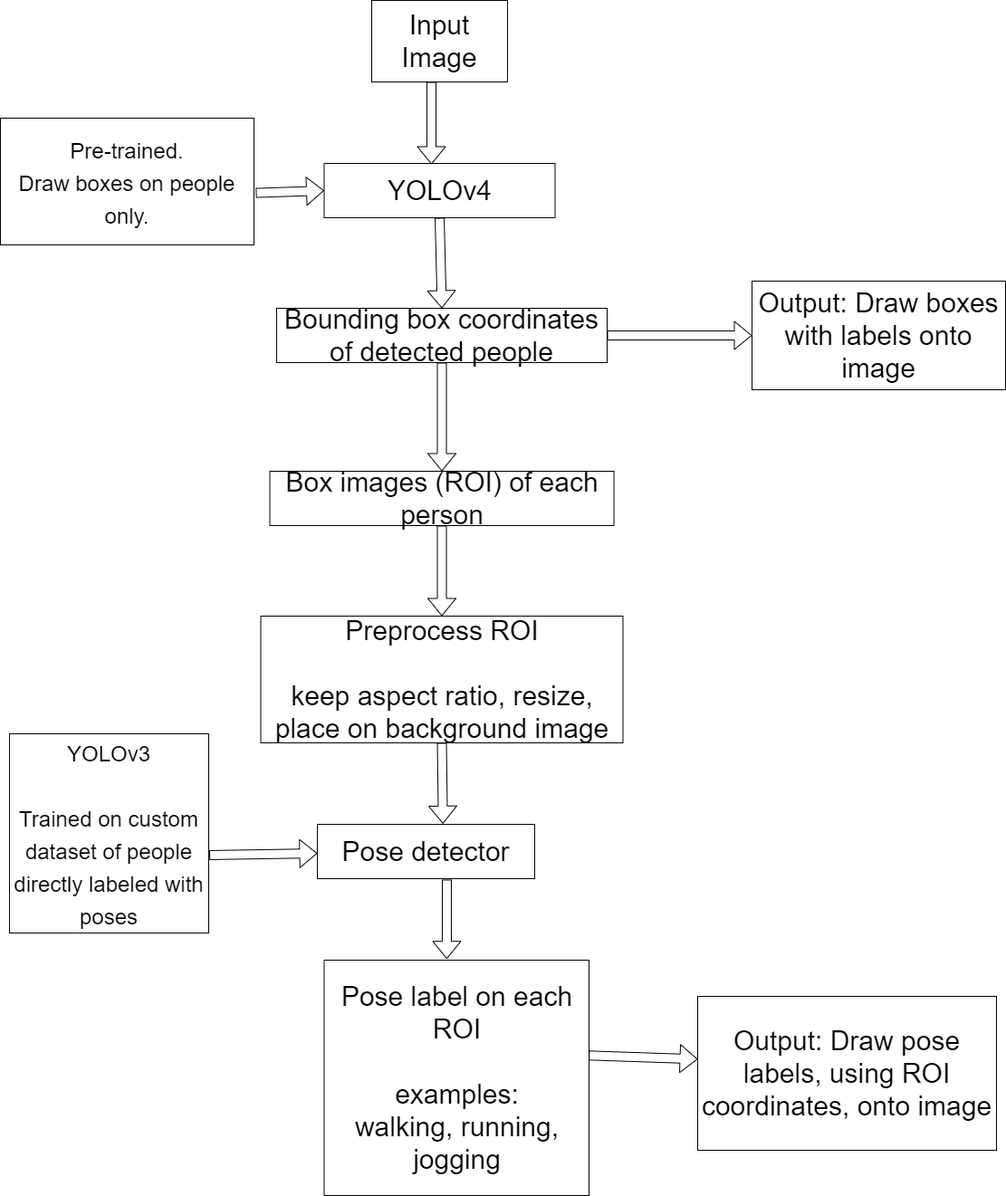
Before: architecture-pedestrian-behavior-analysis.png, a diagram exported from draw.io (tajsandhu/CMPE_258_Group_Project). Source tidied: cells renumbered, new cells last; positions are measured from the earlier drawing's top-left corner, leaving out a move shared by most shapes.
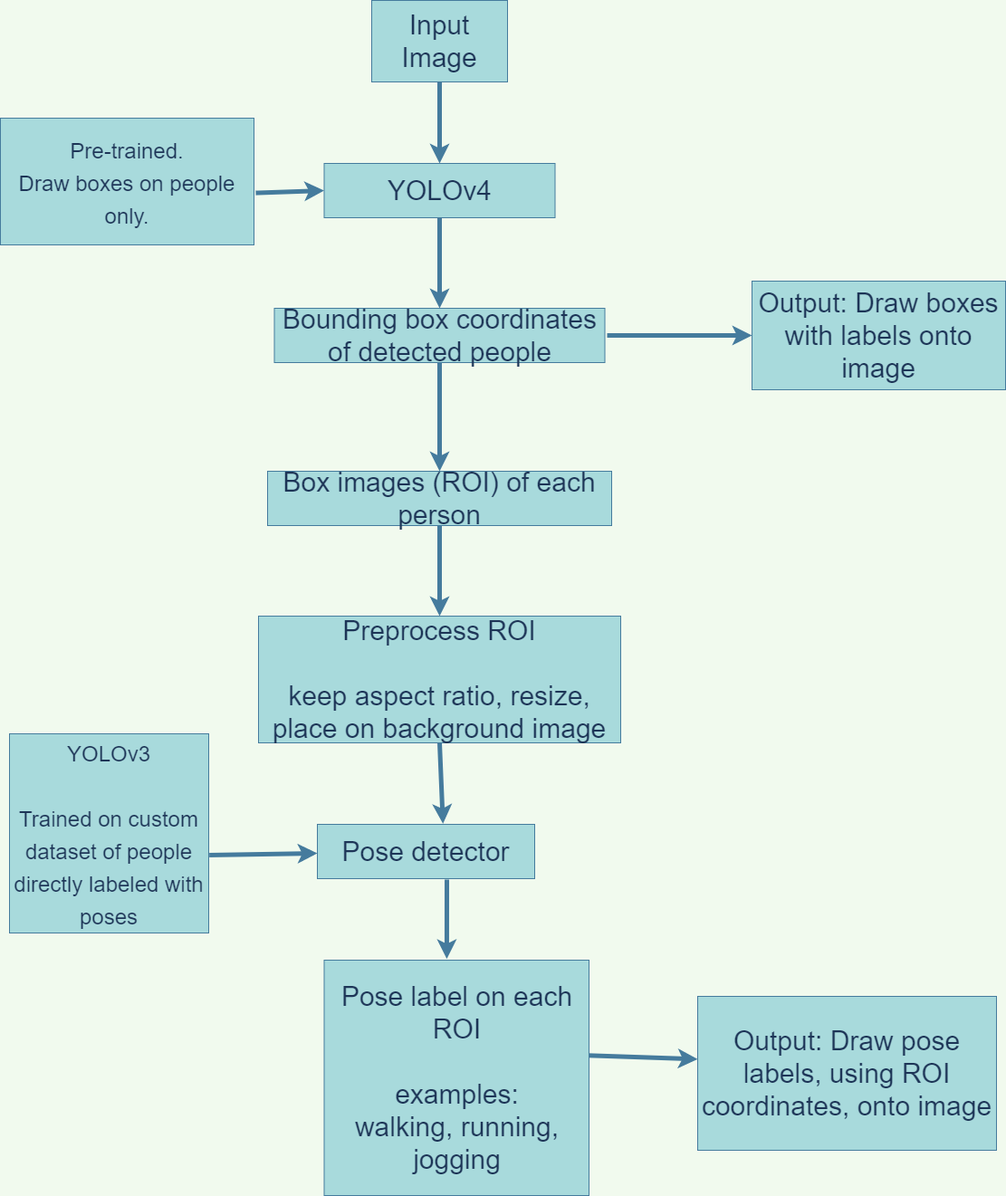
Later version of the same file.

Commit message:
docs: Update diagram to look nicer.

What changed in the source:
```diff
@@ -1,75 +1,72 @@
-<mxGraphModel>
+<mxGraphModel background="#F1FAEE">
   <root>
     <mxCell id="0" />
     <mxCell id="1" parent="0" />
+    <mxCell id="23" style="edgeStyle=orthogonalEdgeStyle;curved=0;rounded=1;sketch=0;jettySize=auto;html=1;fontSize=11;fontColor=#1D3557;strokeColor=#457B9D;strokeWidth=5;" parent="1" edge="1" source="2" target="3">
+      <mxGeometry relative="1" as="geometry" />
+    </mxCell>
-    <mxCell id="2" value="Input Image" style="rounded=0;whiteSpace=wrap;html=1;fontSize=30;" parent="1" vertex="1">
+    <mxCell id="2" value="Input Image" style="rounded=0;whiteSpace=wrap;html=1;fontSize=30;fillColor=#A8DADC;strokeColor=#457B9D;fontColor=#1D3557;" parent="1" vertex="1">
       <mxGeometry x="410" width="150" height="90" as="geometry" />
     </mxCell>
-    <mxCell id="3" value="&lt;span style=&quot;font-size: 30px&quot;&gt;YOLOv4&lt;br&gt;&lt;/span&gt;" style="rounded=0;whiteSpace=wrap;html=1;" parent="1" vertex="1">
+    <mxCell id="3" value="&lt;span style=&quot;font-size: 30px&quot;&gt;YOLOv4&lt;br&gt;&lt;/span&gt;" style="rounded=0;whiteSpace=wrap;html=1;fillColor=#A8DADC;strokeColor=#457B9D;fontColor=#1D3557;" parent="1" vertex="1">
       <mxGeometry x="357.5" y="180" width="255" height="60" as="geometry" />
     </mxCell>
-    <mxCell id="4" value="&lt;font style=&quot;font-size: 24px&quot;&gt;Pre-trained.&lt;br&gt;Draw boxes on people only.&lt;br&gt;&lt;/font&gt;" style="rounded=0;whiteSpace=wrap;html=1;fontSize=30;" parent="1" vertex="1">
+    <mxCell id="4" value="&lt;font style=&quot;font-size: 24px&quot;&gt;Pre-trained.&lt;br&gt;Draw boxes on people only.&lt;br&gt;&lt;/font&gt;" style="rounded=0;whiteSpace=wrap;html=1;fontSize=30;fillColor=#A8DADC;strokeColor=#457B9D;fontColor=#1D3557;" parent="1" vertex="1">
       <mxGeometry y="130" width="280" height="140" as="geometry" />
     </mxCell>
-    <mxCell id="5" value="Bounding box coordinates of detected people" style="rounded=0;whiteSpace=wrap;html=1;fontSize=30;" parent="1" vertex="1">
-      <mxGeometry x="305" y="340" width="365" height="60" as="geometry" />
+    <mxCell id="5" value="Bounding box coordinates of detected people" style="rounded=0;whiteSpace=wrap;html=1;fontSize=30;fillColor=#A8DADC;strokeColor=#457B9D;fontColor=#1D3557;" parent="1" vertex="1">
+      <mxGeometry x="302.5" y="340" width="365" height="60" as="geometry" />
     </mxCell>
-    <mxCell id="6" value="Box images (ROI) of each person" style="rounded=0;whiteSpace=wrap;html=1;fontSize=30;" parent="1" vertex="1">
-      <mxGeometry x="297.5" y="520" width="380" height="60" as="geometry" />
+    <mxCell id="6" value="Box images (ROI) of each person" style="rounded=0;whiteSpace=wrap;html=1;fontSize=30;fillColor=#A8DADC;strokeColor=#457B9D;fontColor=#1D3557;" parent="1" vertex="1">
+      <mxGeometry x="295" y="520" width="380" height="60" as="geometry" />
     </mxCell>
-    <mxCell id="7" value="Output: Draw boxes with labels onto image" style="rounded=0;whiteSpace=wrap;html=1;fontSize=30;" parent="1" vertex="1">
+    <mxCell id="7" value="Output: Draw boxes with labels onto image" style="rounded=0;whiteSpace=wrap;html=1;fontSize=30;fillColor=#A8DADC;strokeColor=#457B9D;fontColor=#1D3557;" parent="1" vertex="1">
       <mxGeometry x="830" y="310" width="280" height="120" as="geometry" />
     </mxCell>
-    <mxCell id="8" value="Pose detector" style="rounded=0;whiteSpace=wrap;html=1;fontSize=30;" parent="1" vertex="1">
+    <mxCell id="8" value="Pose detector" style="rounded=0;whiteSpace=wrap;html=1;fontSize=30;fillColor=#A8DADC;strokeColor=#457B9D;fontColor=#1D3557;" parent="1" vertex="1">
       <mxGeometry x="350" y="910" width="240" height="60" as="geometry" />
     </mxCell>
-    <mxCell id="9" style="shape=flexArrow;endArrow=classic;html=1;fontSize=30;entryX=0.5;entryY=0;entryDx=0;entryDy=0;exitX=0.5;exitY=1;exitDx=0;exitDy=0;" parent="1" edge="1" source="3" target="5">
+    <mxCell id="9" style="endArrow=classic;html=1;fontSize=30;entryX=0.5;entryY=0;entryDx=0;entryDy=0;exitX=0.5;exitY=1;exitDx=0;exitDy=0;labelBackgroundColor=#F1FAEE;strokeColor=#457B9D;fontColor=#1D3557;strokeWidth=5;" parent="1" edge="1" source="3" target="5">
       <mxGeometry relative="1" as="geometry" />
     </mxCell>
-    <mxCell id="10" style="shape=flexArrow;endArrow=classic;html=1;fontSize=30;entryX=0;entryY=0.5;entryDx=0;entryDy=0;exitX=1.007;exitY=0.59;exitDx=0;exitDy=0;exitPerimeter=0;" parent="1" edge="1" source="4" target="3">
+    <mxCell id="10" style="endArrow=classic;html=1;fontSize=30;entryX=0;entryY=0.5;entryDx=0;entryDy=0;exitX=1.007;exitY=0.59;exitDx=0;exitDy=0;exitPerimeter=0;labelBackgroundColor=#F1FAEE;strokeColor=#457B9D;fontColor=#1D3557;strokeWidth=5;" parent="1" edge="1" source="4" target="3">
       <mxGeometry relative="1" as="geometry" />
     </mxCell>
-    <mxCell id="11" style="shape=flexArrow;endArrow=classic;html=1;fontSize=30;" parent="1" edge="1">
-      <mxGeometry relative="1" as="geometry">
-        <mxPoint x="476" y="90" as="sourcePoint" />
-        <mxPoint x="476" y="181" as="targetPoint" />
-      </mxGeometry>
-    </mxCell>
-    <mxCell id="12" style="shape=flexArrow;endArrow=classic;html=1;fontSize=30;entryX=0.5;entryY=0;entryDx=0;entryDy=0;exitX=0.5;exitY=1;exitDx=0;exitDy=0;" parent="1" edge="1" source="5" target="6">
+    <mxCell id="12" style="endArrow=classic;html=1;fontSize=30;entryX=0.5;entryY=0;entryDx=0;entryDy=0;exitX=0.5;exitY=1;exitDx=0;exitDy=0;labelBackgroundColor=#F1FAEE;strokeColor=#457B9D;fontColor=#1D3557;strokeWidth=5;" parent="1" edge="1" source="5" target="6">
       <mxGeometry relative="1" as="geometry" />
     </mxCell>
-    <mxCell id="13" style="shape=flexArrow;endArrow=classic;html=1;fontSize=30;entryX=0;entryY=0.5;entryDx=0;entryDy=0;" parent="1" edge="1" target="7">
+    <mxCell id="13" style="endArrow=classic;html=1;fontSize=30;entryX=0;entryY=0.5;entryDx=0;entryDy=0;labelBackgroundColor=#F1FAEE;strokeColor=#457B9D;fontColor=#1D3557;strokeWidth=5;" parent="1" edge="1" target="7">
       <mxGeometry relative="1" as="geometry">
         <mxPoint x="670" y="370" as="sourcePoint" />
       </mxGeometry>
     </mxCell>
-    <mxCell id="14" value="&lt;font style=&quot;font-size: 24px&quot;&gt;YOLOv3&lt;br&gt;&lt;br&gt;Trained on custom dataset of people directly labeled with poses&lt;br&gt;&lt;/font&gt;" style="rounded=0;whiteSpace=wrap;html=1;fontSize=30;" parent="1" vertex="1">
+    <mxCell id="14" value="&lt;font style=&quot;font-size: 24px&quot;&gt;YOLOv3&lt;br&gt;&lt;br&gt;Trained on custom dataset of people directly labeled with poses&lt;br&gt;&lt;/font&gt;" style="rounded=0;whiteSpace=wrap;html=1;fontSize=30;fillColor=#A8DADC;strokeColor=#457B9D;fontColor=#1D3557;" parent="1" vertex="1">
       <mxGeometry x="10" y="810" width="220" height="220" as="geometry" />
     </mxCell>
-    <mxCell id="15" style="shape=flexArrow;endArrow=classic;html=1;fontSize=30;exitX=1.003;exitY=0.609;exitDx=0;exitDy=0;exitPerimeter=0;" parent="1" edge="1" source="14" target="8">
+    <mxCell id="15" style="endArrow=classic;html=1;fontSize=30;exitX=1.003;exitY=0.609;exitDx=0;exitDy=0;exitPerimeter=0;labelBackgroundColor=#F1FAEE;strokeColor=#457B9D;fontColor=#1D3557;strokeWidth=5;" parent="1" edge="1" source="14" target="8">
       <mxGeometry relative="1" as="geometry" />
     </mxCell>
-    <mxCell id="16" value="Pose label on each ROI&lt;br&gt;&lt;br&gt;examples:&lt;br&gt;walking, running, jogging" style="rounded=0;whiteSpace=wrap;html=1;fontSize=30;" parent="1" vertex="1">
+    <mxCell id="16" value="Pose label on each ROI&lt;br&gt;&lt;br&gt;examples:&lt;br&gt;walking, running, jogging" style="rounded=0;whiteSpace=wrap;html=1;fontSize=30;fillColor=#A8DADC;strokeColor=#457B9D;fontColor=#1D3557;" parent="1" vertex="1">
       <mxGeometry x="357.5" y="1060" width="292.5" height="260" as="geometry" />
     </mxCell>
-    <mxCell id="17" style="shape=flexArrow;endArrow=classic;html=1;fontSize=30;entryX=0.463;entryY=-0.005;entryDx=0;entryDy=0;entryPerimeter=0;" parent="1" edge="1" target="16">
+    <mxCell id="17" style="endArrow=classic;html=1;fontSize=30;entryX=0.463;entryY=-0.005;entryDx=0;entryDy=0;entryPerimeter=0;labelBackgroundColor=#F1FAEE;strokeColor=#457B9D;fontColor=#1D3557;strokeWidth=5;" parent="1" edge="1" target="16">
       <mxGeometry relative="1" as="geometry">
         <mxPoint x="493" y="971" as="sourcePoint" />
       </mxGeometry>
     </mxCell>
-    <mxCell id="18" value="Output: Draw pose labels, using ROI coordinates, onto image" style="rounded=0;whiteSpace=wrap;html=1;fontSize=30;" parent="1" vertex="1">
+    <mxCell id="18" value="Output: Draw pose labels, using ROI coordinates, onto image" style="rounded=0;whiteSpace=wrap;html=1;fontSize=30;fillColor=#A8DADC;strokeColor=#457B9D;fontColor=#1D3557;" parent="1" vertex="1">
       <mxGeometry x="770" y="1100" width="330" height="170" as="geometry" />
     </mxCell>
-    <mxCell id="19" style="shape=flexArrow;endArrow=classic;html=1;fontSize=30;exitX=0.999;exitY=0.405;exitDx=0;exitDy=0;exitPerimeter=0;entryX=0;entryY=0.408;entryDx=0;entryDy=0;entryPerimeter=0;" parent="1" edge="1" source="16" target="18">
+    <mxCell id="19" style="endArrow=classic;html=1;fontSize=30;exitX=0.999;exitY=0.405;exitDx=0;exitDy=0;exitPerimeter=0;entryX=0;entryY=0.408;entryDx=0;entryDy=0;entryPerimeter=0;labelBackgroundColor=#F1FAEE;strokeColor=#457B9D;fontColor=#1D3557;strokeWidth=5;" parent="1" edge="1" source="16" target="18">
       <mxGeometry relative="1" as="geometry" />
     </mxCell>
-    <mxCell id="20" value="Preprocess ROI&lt;br&gt;&lt;br&gt;keep aspect ratio, resize,&lt;br&gt;place on background image&lt;br&gt;" style="rounded=0;whiteSpace=wrap;html=1;fontSize=30;" parent="1" vertex="1">
-      <mxGeometry x="287.5" y="680" width="400" height="140" as="geometry" />
+    <mxCell id="20" value="Preprocess ROI&lt;br&gt;&lt;br&gt;keep aspect ratio, resize,&lt;br&gt;place on background image&lt;br&gt;" style="rounded=0;whiteSpace=wrap;html=1;fontSize=30;fillColor=#A8DADC;strokeColor=#457B9D;fontColor=#1D3557;" parent="1" vertex="1">
+      <mxGeometry x="285" y="680" width="400" height="140" as="geometry" />
     </mxCell>
-    <mxCell id="21" style="shape=flexArrow;endArrow=classic;html=1;fontSize=30;exitX=0.5;exitY=1;exitDx=0;exitDy=0;entryX=0.5;entryY=0;entryDx=0;entryDy=0;" parent="1" edge="1" source="6" target="20">
+    <mxCell id="21" style="endArrow=classic;html=1;fontSize=30;exitX=0.5;exitY=1;exitDx=0;exitDy=0;entryX=0.5;entryY=0;entryDx=0;entryDy=0;labelBackgroundColor=#F1FAEE;strokeColor=#457B9D;fontColor=#1D3557;strokeWidth=5;" parent="1" edge="1" source="6" target="20">
       <mxGeometry relative="1" as="geometry" />
     </mxCell>
-    <mxCell id="22" style="shape=flexArrow;endArrow=classic;html=1;fontSize=30;exitX=0.5;exitY=1;exitDx=0;exitDy=0;entryX=0.578;entryY=-0.011;entryDx=0;entryDy=0;entryPerimeter=0;" parent="1" edge="1" source="20" target="8">
+    <mxCell id="22" style="endArrow=classic;html=1;fontSize=30;exitX=0.5;exitY=1;exitDx=0;exitDy=0;entryX=0.578;entryY=-0.011;entryDx=0;entryDy=0;entryPerimeter=0;labelBackgroundColor=#F1FAEE;strokeColor=#457B9D;fontColor=#1D3557;strokeWidth=5;" parent="1" edge="1" source="20" target="8">
       <mxGeometry relative="1" as="geometry" />
     </mxCell>
   </root>
```
